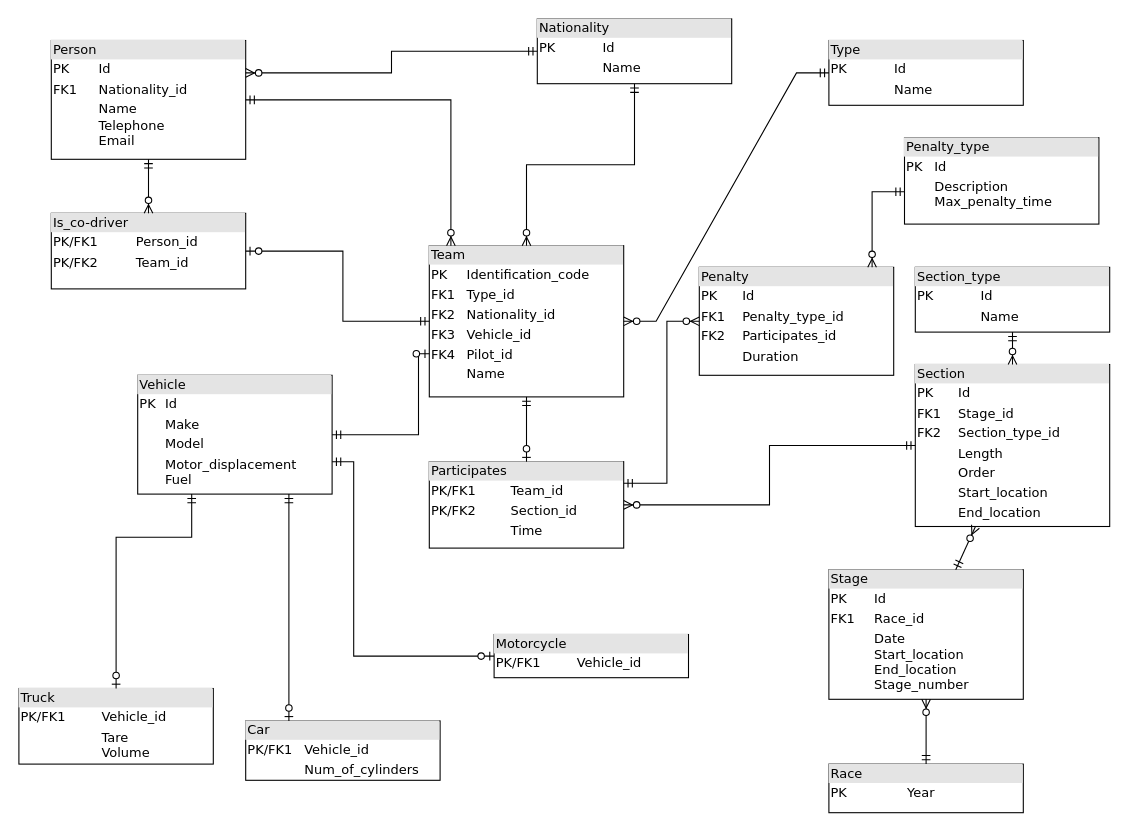
Earlier version of the draw.io diagram Relational_Data_Model_Diagram.drawio (DanyKrk/ISEP_BDDAD_M1). Source tidied: cells renumbered, new cells numbered last; positions are measured from the earlier drawing's top-left corner, leaving out a move shared by most shapes. Both pictures are drawn from the tidied source at 108%, with x=0, y=0 at pixel (18, 18).
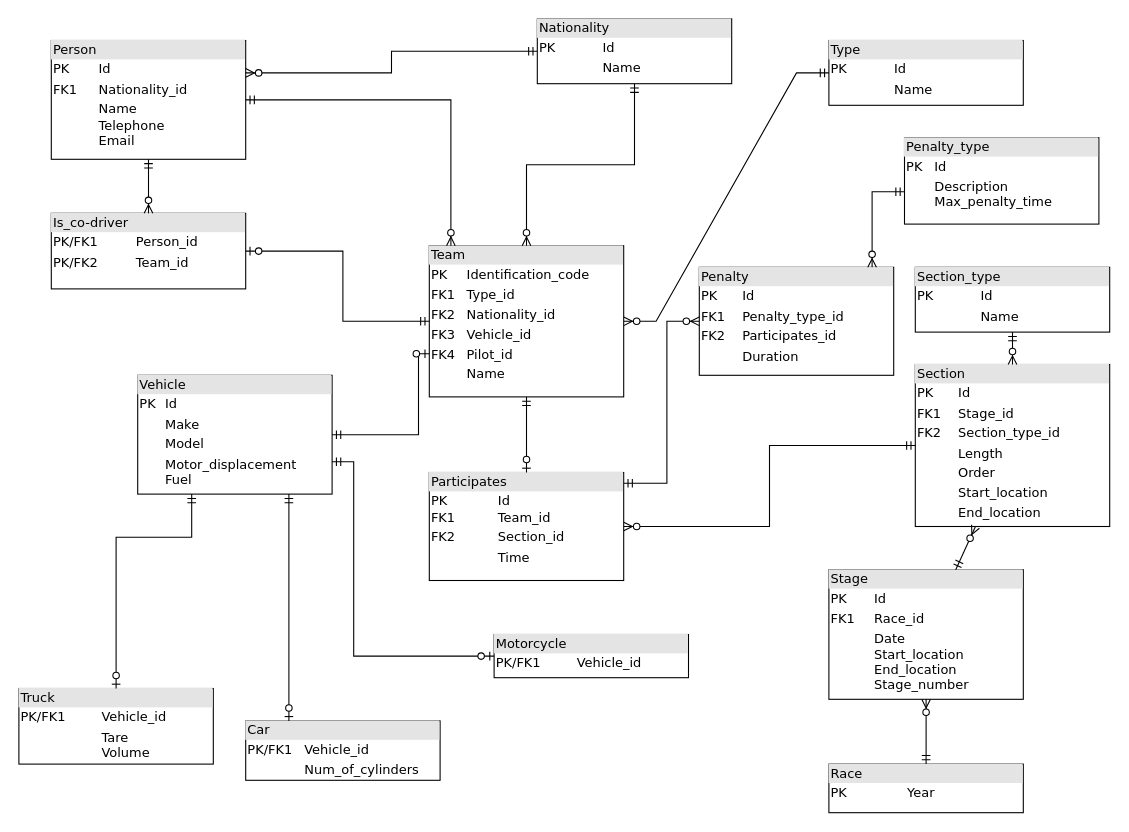
The same page after the edit.

Commit message (it also covers changes not shown here):
participates table change and add sql script

Change to the diagram source:
```diff
@@
-    <mxCell id="7" value="&lt;div style=&quot;box-sizing: border-box ; width: 100% ; background: #e4e4e4 ; padding: 2px&quot;&gt;Participates&lt;/div&gt;&lt;table style=&quot;width: 100% ; font-size: 1em&quot; cellpadding=&quot;2&quot; cellspacing=&quot;0&quot;&gt;&lt;tbody&gt;&lt;tr&gt;&lt;td&gt;PK/FK1&lt;/td&gt;&lt;td&gt;Team_id&lt;/td&gt;&lt;/tr&gt;&lt;tr&gt;&lt;td&gt;PK/FK2&lt;/td&gt;&lt;td&gt;Section_id&lt;/td&gt;&lt;/tr&gt;&lt;tr&gt;&lt;td&gt;&lt;/td&gt;&lt;td&gt;Time&lt;/td&gt;&lt;/tr&gt;&lt;tr&gt;&lt;td&gt;&lt;br&gt;&lt;/td&gt;&lt;td&gt;&lt;br&gt;&lt;/td&gt;&lt;/tr&gt;&lt;tr&gt;&lt;td&gt;&lt;br&gt;&lt;/td&gt;&lt;td&gt;&lt;br&gt;&lt;/td&gt;&lt;/tr&gt;&lt;/tbody&gt;&lt;/table&gt;" style="verticalAlign=top;align=left;overflow=fill;html=1;rounded=0;shadow=0;comic=0;labelBackgroundColor=none;strokeWidth=1;fontFamily=Verdana;fontSize=12;" parent="1" vertex="1">
-      <mxGeometry x="380" y="410" width="180" height="80" as="geometry" />
+    <mxCell id="7" value="&lt;div style=&quot;box-sizing: border-box ; width: 100% ; background: #e4e4e4 ; padding: 2px&quot;&gt;Participates&lt;/div&gt;&lt;table style=&quot;width: 100% ; font-size: 1em&quot; cellpadding=&quot;2&quot; cellspacing=&quot;0&quot;&gt;&lt;tbody&gt;&lt;tr&gt;&lt;td&gt;PK&amp;nbsp;&lt;br&gt;FK1&lt;/td&gt;&lt;td&gt;&lt;br&gt;&lt;/td&gt;&lt;td&gt;&lt;br&gt;&lt;/td&gt;&lt;td&gt;Id&lt;br&gt;Team_id&lt;/td&gt;&lt;/tr&gt;&lt;tr&gt;&lt;td&gt;FK2&lt;/td&gt;&lt;td&gt;&lt;br&gt;&lt;/td&gt;&lt;td&gt;&lt;br&gt;&lt;/td&gt;&lt;td&gt;Section_id&lt;/td&gt;&lt;/tr&gt;&lt;tr&gt;&lt;td&gt;&lt;/td&gt;&lt;td&gt;&lt;br&gt;&lt;/td&gt;&lt;td&gt;&lt;br&gt;&lt;/td&gt;&lt;td&gt;Time&lt;/td&gt;&lt;/tr&gt;&lt;tr&gt;&lt;td&gt;&lt;br&gt;&lt;/td&gt;&lt;td&gt;&lt;br&gt;&lt;/td&gt;&lt;td&gt;&lt;br&gt;&lt;/td&gt;&lt;td&gt;&lt;br&gt;&lt;/td&gt;&lt;/tr&gt;&lt;tr&gt;&lt;td&gt;&lt;br&gt;&lt;/td&gt;&lt;td&gt;&lt;br&gt;&lt;/td&gt;&lt;td&gt;&lt;br&gt;&lt;/td&gt;&lt;td&gt;&lt;br&gt;&lt;/td&gt;&lt;/tr&gt;&lt;/tbody&gt;&lt;/table&gt;" style="verticalAlign=top;align=left;overflow=fill;html=1;rounded=0;shadow=0;comic=0;labelBackgroundColor=none;strokeWidth=1;fontFamily=Verdana;fontSize=12;" parent="1" vertex="1">
+      <mxGeometry x="380" y="420" width="180" height="100" as="geometry" />
     </mxCell>
```
